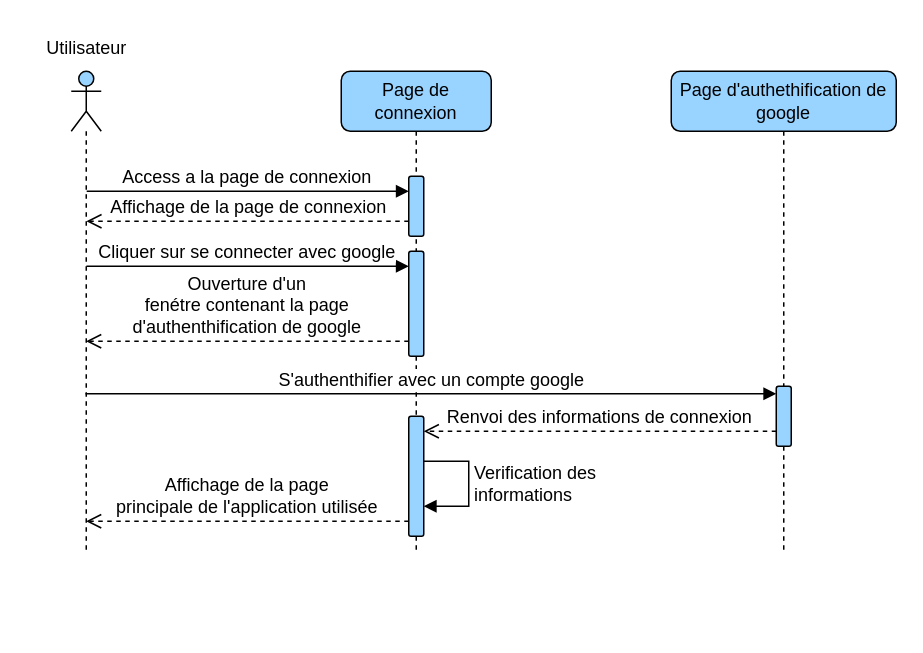
Above: page "google-auth" (4 of 7) of diagrams/sequence.drawio in devlotfi/peage-pay (draw.io), before the change. Source tidied: cells renumbered, new cells numbered last; positions are measured from the earlier drawing's top-left corner, leaving out a move shared by most shapes. Both pictures are drawn from the tidied source at 150%, with x=0, y=0 at pixel (26, 26).
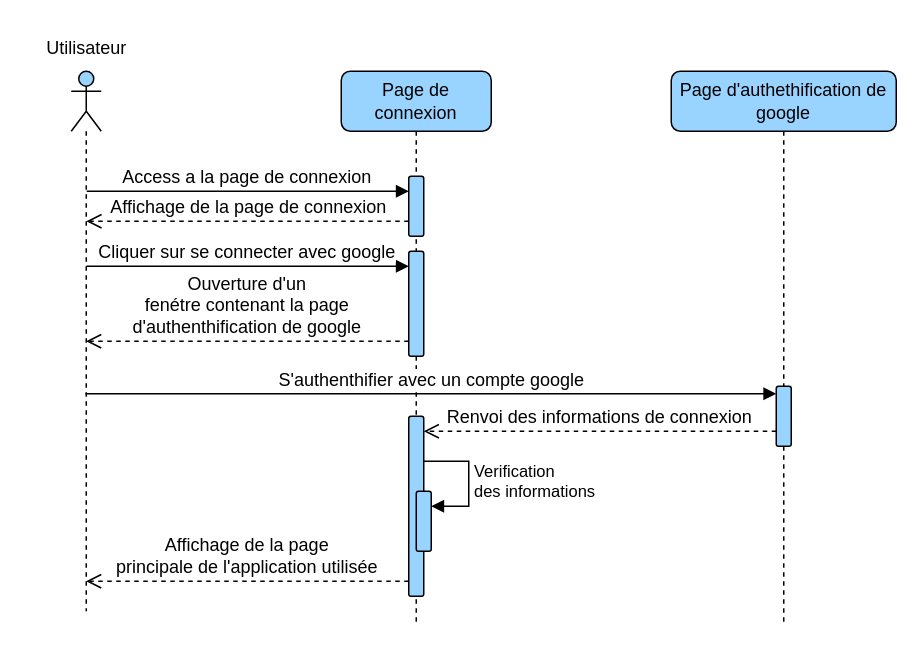
Above is the later version.

What changed in the source:
```diff
@@
     <mxCell id="2" style="shape=umlLifeline;perimeter=lifelinePerimeter;whiteSpace=wrap;html=1;outlineConnect=0;portConstraint=eastwest;newEdgeStyle={&quot;curved&quot;:0,&quot;rounded&quot;:0};participant=umlActor;rounded=1;strokeColor=default;align=center;verticalAlign=middle;fontFamily=Helvetica;fontSize=12;fontColor=default;fontStyle=0;fillColor=#99D3FF;" parent="1" vertex="1">
-      <mxGeometry x="30" y="30" width="20" height="320" as="geometry" />
+      <mxGeometry x="30" y="30" width="20" height="360" as="geometry" />
     </mxCell>
     <mxCell id="3" value="Page de connexion" style="shape=umlLifeline;perimeter=lifelinePerimeter;whiteSpace=wrap;html=1;newEdgeStyle={&quot;curved&quot;:0,&quot;rounded&quot;:0};rounded=1;strokeColor=default;align=center;verticalAlign=middle;fontFamily=Helvetica;fontSize=12;fontColor=default;fontStyle=0;fillColor=#99D3FF;" parent="1" vertex="1">
-      <mxGeometry x="210" y="30" width="100" height="320" as="geometry" />
+      <mxGeometry x="210" y="30" width="100" height="370" as="geometry" />
     </mxCell>
@@
     <mxCell id="6" style="html=1;perimeter=orthogonalPerimeter;targetShapes=umlLifeline;newEdgeStyle={&quot;curved&quot;:0,&quot;rounded&quot;:0};rounded=1;strokeColor=default;align=center;verticalAlign=middle;fontFamily=Helvetica;fontSize=12;fontColor=default;fontStyle=0;fillColor=#99D3FF;" parent="3" vertex="1">
-      <mxGeometry x="45" y="230" width="10" height="80" as="geometry" />
+      <mxGeometry x="45" y="230" width="10" height="120" as="geometry" />
     </mxCell>
+    <mxCell id="18" style="html=1;points=[[0,0,0,0,5],[0,1,0,0,-5],[1,0,0,0,5],[1,1,0,0,-5]];perimeter=orthogonalPerimeter;outlineConnect=0;targetShapes=umlLifeline;portConstraint=eastwest;newEdgeStyle={&quot;curved&quot;:0,&quot;rounded&quot;:0};rounded=1;strokeColor=default;align=center;verticalAlign=middle;fontFamily=Helvetica;fontSize=12;fontColor=default;fontStyle=0;fillColor=#99D3FF;" parent="3" vertex="1">
+      <mxGeometry x="50" y="280" width="10" height="40" as="geometry" />
+    </mxCell>
-    <mxCell id="7" value="Verification des&lt;br&gt;informations" style="html=1;align=left;spacingLeft=2;endArrow=block;rounded=0;edgeStyle=orthogonalEdgeStyle;curved=0;rounded=0;fontFamily=Helvetica;fontSize=12;fontColor=default;fontStyle=0;" parent="3" edge="1">
+    <mxCell id="7" value="&lt;span style=&quot;font-size: 11px;&quot;&gt;Verification&lt;/span&gt;&lt;div style=&quot;font-size: 11px;&quot;&gt;des informations&lt;/div&gt;" style="html=1;align=left;spacingLeft=2;endArrow=block;rounded=0;edgeStyle=orthogonalEdgeStyle;curved=0;rounded=0;fontFamily=Helvetica;fontSize=12;fontColor=default;fontStyle=0;" parent="3" edge="1" target="18">
       <mxGeometry relative="1" as="geometry">
         <mxPoint x="55" y="260" as="sourcePoint" />
-        <mxPoint x="55" y="290" as="targetPoint" />
         <Array as="points">
           <mxPoint x="85" y="290" />
         </Array>
       </mxGeometry>
     </mxCell>
@@
     <mxCell id="12" value="Page d'authethification de google" style="shape=umlLifeline;perimeter=lifelinePerimeter;whiteSpace=wrap;html=1;newEdgeStyle={&quot;curved&quot;:0,&quot;rounded&quot;:0};rounded=1;strokeColor=default;align=center;verticalAlign=middle;fontFamily=Helvetica;fontSize=12;fontColor=default;fontStyle=0;fillColor=#99D3FF;" parent="1" vertex="1">
-      <mxGeometry x="430" y="30" width="150" height="320" as="geometry" />
+      <mxGeometry x="430" y="30" width="150" height="370" as="geometry" />
     </mxCell>
@@
     <mxCell id="16" value="Affichage de la page&lt;br&gt;principale de l'application utilisée" style="html=1;verticalAlign=bottom;endArrow=open;dashed=1;endSize=8;curved=0;rounded=0;fontFamily=Helvetica;fontSize=12;fontColor=default;fontStyle=0;" parent="1" edge="1">
       <mxGeometry relative="1" as="geometry">
-        <mxPoint x="255" y="330" as="sourcePoint" />
-        <mxPoint x="39.9" y="330" as="targetPoint" />
+        <mxPoint x="255" y="370" as="sourcePoint" />
+        <mxPoint x="39.9" y="370" as="targetPoint" />
       </mxGeometry>
     </mxCell>
```
